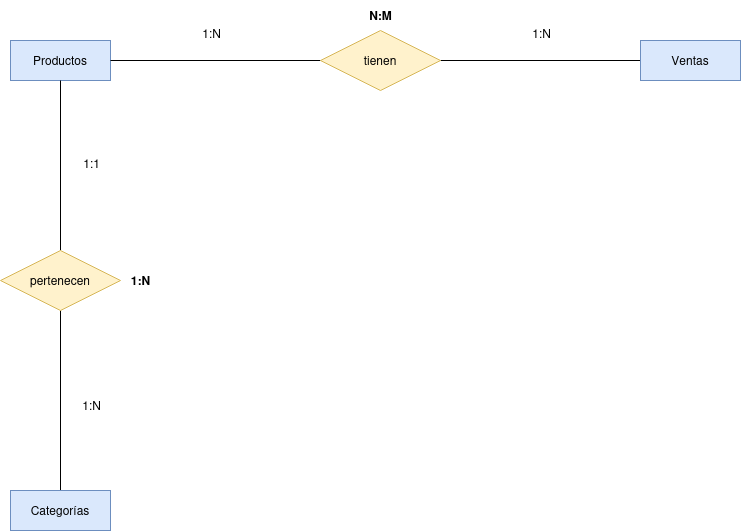
Earlier version of the draw.io export sqltarea4/Diagrama ER Tarea 4 SQLite.drawio.png (RafaelMayor/base-datos). Source tidied: cells renumbered, new cells last; positions are measured from the earlier drawing's top-left corner, leaving out a move shared by most shapes.
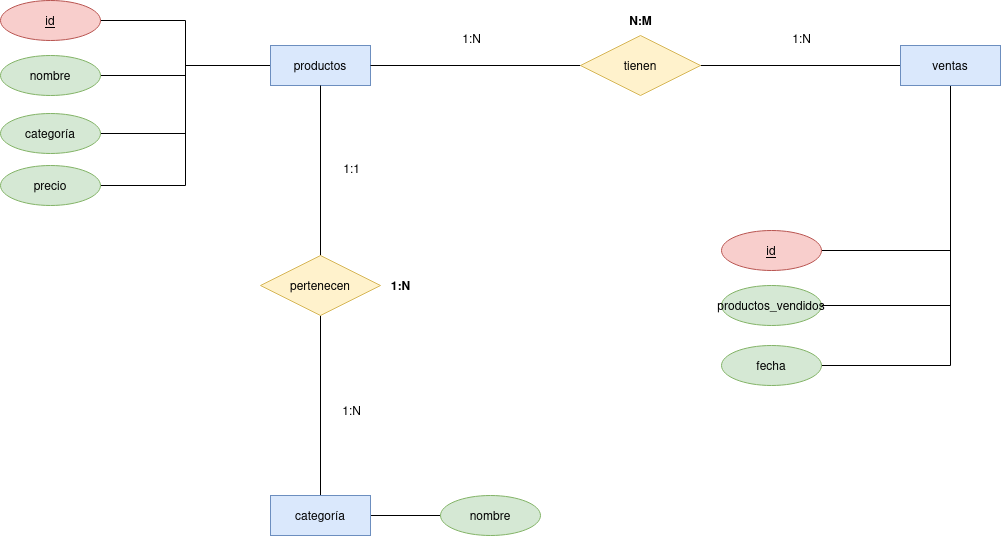
The same file after the commit.

Change to the diagram source:
```diff
@@ -2,13 +2,46 @@
   <root>
     <mxCell id="0" />
     <mxCell id="1" parent="0" />
+    <mxCell id="17" style="edgeStyle=orthogonalEdgeStyle;rounded=0;jettySize=auto;html=1;entryX=1;entryY=0.5;entryDx=0;entryDy=0;endArrow=none;endFill=0;" parent="1" edge="1" source="2" target="30">
+      <mxGeometry relative="1" as="geometry" />
+    </mxCell>
+    <mxCell id="18" style="edgeStyle=orthogonalEdgeStyle;rounded=0;jettySize=auto;html=1;entryX=1;entryY=0.5;entryDx=0;entryDy=0;endArrow=none;endFill=0;" parent="1" edge="1" source="2" target="29">
+      <mxGeometry relative="1" as="geometry" />
+    </mxCell>
+    <mxCell id="19" style="edgeStyle=orthogonalEdgeStyle;rounded=0;jettySize=auto;html=1;entryX=1;entryY=0.5;entryDx=0;entryDy=0;endArrow=none;endFill=0;" parent="1" edge="1" source="2" target="28">
+      <mxGeometry relative="1" as="geometry" />
+    </mxCell>
+    <mxCell id="20" style="edgeStyle=orthogonalEdgeStyle;rounded=0;jettySize=auto;html=1;entryX=1;entryY=0.5;entryDx=0;entryDy=0;endArrow=none;endFill=0;" parent="1" edge="1" source="2" target="27">
+      <mxGeometry relative="1" as="geometry" />
+    </mxCell>
-    <mxCell id="2" value="Productos" style="whiteSpace=wrap;html=1;align=center;fillColor=#dae8fc;strokeColor=#6c8ebf;" parent="1" vertex="1">
+    <mxCell id="2" value="productos" style="whiteSpace=wrap;html=1;align=center;fillColor=#dae8fc;strokeColor=#6c8ebf;" parent="1" vertex="1">
       <mxGeometry x="10" y="40" width="100" height="40" as="geometry" />
     </mxCell>
     <mxCell id="3" style="edgeStyle=orthogonalEdgeStyle;rounded=0;jettySize=auto;html=1;entryX=1;entryY=0.5;entryDx=0;entryDy=0;endArrow=none;endFill=0;exitX=0;exitY=0.5;exitDx=0;exitDy=0;" parent="1" edge="1" source="4" target="6">
       <mxGeometry relative="1" as="geometry" />
     </mxCell>
+    <mxCell id="21" style="edgeStyle=orthogonalEdgeStyle;rounded=0;jettySize=auto;html=1;entryX=1;entryY=0.5;entryDx=0;entryDy=0;endArrow=none;endFill=0;" parent="1" edge="1" source="4" target="31">
+      <mxGeometry relative="1" as="geometry">
+        <Array as="points">
+          <mxPoint x="690" y="245" />
+        </Array>
+      </mxGeometry>
+    </mxCell>
+    <mxCell id="22" style="edgeStyle=orthogonalEdgeStyle;rounded=0;jettySize=auto;html=1;entryX=1;entryY=0.5;entryDx=0;entryDy=0;endArrow=none;endFill=0;" parent="1" edge="1" source="4" target="26">
+      <mxGeometry relative="1" as="geometry">
+        <Array as="points">
+          <mxPoint x="690" y="300" />
+        </Array>
+      </mxGeometry>
+    </mxCell>
+    <mxCell id="23" style="edgeStyle=orthogonalEdgeStyle;rounded=0;jettySize=auto;html=1;entryX=1;entryY=0.5;entryDx=0;entryDy=0;endArrow=none;endFill=0;" parent="1" edge="1" source="4" target="32">
+      <mxGeometry relative="1" as="geometry">
+        <Array as="points">
+          <mxPoint x="690" y="360" />
+        </Array>
+      </mxGeometry>
+    </mxCell>
-    <mxCell id="4" value="Ventas" style="whiteSpace=wrap;html=1;align=center;fillColor=#dae8fc;strokeColor=#6c8ebf;" parent="1" vertex="1">
+    <mxCell id="4" value="ventas" style="whiteSpace=wrap;html=1;align=center;fillColor=#dae8fc;strokeColor=#6c8ebf;" parent="1" vertex="1">
       <mxGeometry x="640" y="40" width="100" height="40" as="geometry" />
     </mxCell>
     <mxCell id="5" style="edgeStyle=orthogonalEdgeStyle;rounded=0;jettySize=auto;html=1;entryX=1;entryY=0.5;entryDx=0;entryDy=0;endArrow=none;endFill=0;exitX=0;exitY=0.5;exitDx=0;exitDy=0;" parent="1" edge="1" source="6" target="2">
@@ -20,7 +53,10 @@
     <mxCell id="7" style="edgeStyle=orthogonalEdgeStyle;rounded=0;jettySize=auto;html=1;entryX=0.5;entryY=1;entryDx=0;entryDy=0;endArrow=none;endFill=0;" parent="1" edge="1" source="8" target="10">
       <mxGeometry relative="1" as="geometry" />
     </mxCell>
+    <mxCell id="24" style="edgeStyle=orthogonalEdgeStyle;rounded=0;jettySize=auto;html=1;endArrow=none;endFill=0;" parent="1" edge="1" source="8" target="25">
+      <mxGeometry relative="1" as="geometry" />
+    </mxCell>
-    <mxCell id="8" value="Categorías" style="whiteSpace=wrap;html=1;align=center;fillColor=#dae8fc;strokeColor=#6c8ebf;" parent="1" vertex="1">
+    <mxCell id="8" value="categoría" style="whiteSpace=wrap;html=1;align=center;fillColor=#dae8fc;strokeColor=#6c8ebf;" parent="1" vertex="1">
       <mxGeometry x="10" y="490" width="100" height="40" as="geometry" />
     </mxCell>
     <mxCell id="9" style="edgeStyle=orthogonalEdgeStyle;rounded=0;jettySize=auto;html=1;entryX=0.5;entryY=1;entryDx=0;entryDy=0;endArrow=none;endFill=0;" parent="1" edge="1" source="10" target="2">
@@ -47,5 +83,29 @@
     <mxCell id="16" value="&lt;b&gt;N:M&lt;/b&gt;" style="text;html=1;align=center;verticalAlign=middle;strokeColor=none;fillColor=none;" parent="1" vertex="1">
       <mxGeometry x="355" width="50" height="30" as="geometry" />
     </mxCell>
+    <mxCell id="25" value="nombre" style="ellipse;whiteSpace=wrap;html=1;align=center;fillColor=#d5e8d4;strokeColor=#82b366;" parent="1" vertex="1">
+      <mxGeometry x="180" y="490" width="100" height="40" as="geometry" />
+    </mxCell>
+    <mxCell id="26" value="productos_vendidos" style="ellipse;whiteSpace=wrap;html=1;align=center;fillColor=#d5e8d4;strokeColor=#82b366;" parent="1" vertex="1">
+      <mxGeometry x="461" y="280" width="100" height="40" as="geometry" />
+    </mxCell>
+    <mxCell id="27" value="precio" style="ellipse;whiteSpace=wrap;html=1;align=center;fillColor=#d5e8d4;strokeColor=#82b366;" parent="1" vertex="1">
+      <mxGeometry x="-260" y="160" width="100" height="40" as="geometry" />
+    </mxCell>
+    <mxCell id="28" value="categoría" style="ellipse;whiteSpace=wrap;html=1;align=center;fillColor=#d5e8d4;strokeColor=#82b366;" parent="1" vertex="1">
+      <mxGeometry x="-260" y="108" width="100" height="40" as="geometry" />
+    </mxCell>
+    <mxCell id="29" value="nombre" style="ellipse;whiteSpace=wrap;html=1;align=center;fillColor=#d5e8d4;strokeColor=#82b366;" parent="1" vertex="1">
+      <mxGeometry x="-260" y="50" width="100" height="40" as="geometry" />
+    </mxCell>
+    <mxCell id="30" value="id" style="ellipse;whiteSpace=wrap;html=1;align=center;fontStyle=4;fillColor=#f8cecc;strokeColor=#b85450;" parent="1" vertex="1">
+      <mxGeometry x="-260" y="-5" width="100" height="40" as="geometry" />
+    </mxCell>
+    <mxCell id="31" value="id" style="ellipse;whiteSpace=wrap;html=1;align=center;fontStyle=4;fillColor=#f8cecc;strokeColor=#b85450;" parent="1" vertex="1">
+      <mxGeometry x="461" y="225" width="100" height="40" as="geometry" />
+    </mxCell>
+    <mxCell id="32" value="fecha" style="ellipse;whiteSpace=wrap;html=1;align=center;fillColor=#d5e8d4;strokeColor=#82b366;" parent="1" vertex="1">
+      <mxGeometry x="461" y="340" width="100" height="40" as="geometry" />
+    </mxCell>
   </root>
 </mxGraphModel>
```
